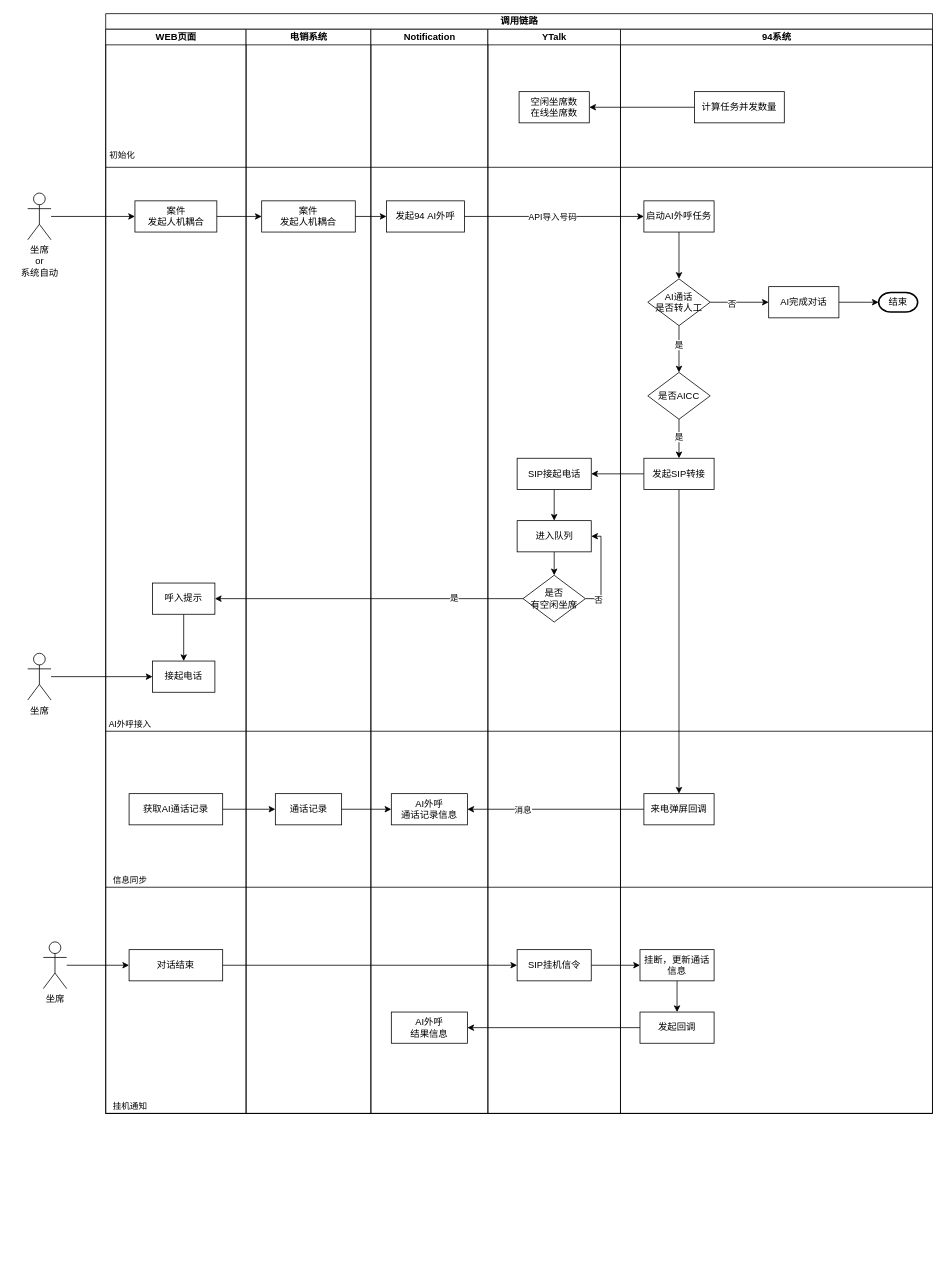
Above: page "调用链路" (2 of 2) of 人机耦合设计.drawio in ABIN-DS/flowchart (draw.io), before the change. Source tidied: cells renumbered, new cells numbered last; positions are measured from the earlier drawing's top-left corner, leaving out a move shared by most shapes. Both pictures are drawn from the tidied source at 78%, with x=0, y=0 at pixel (27, 13).
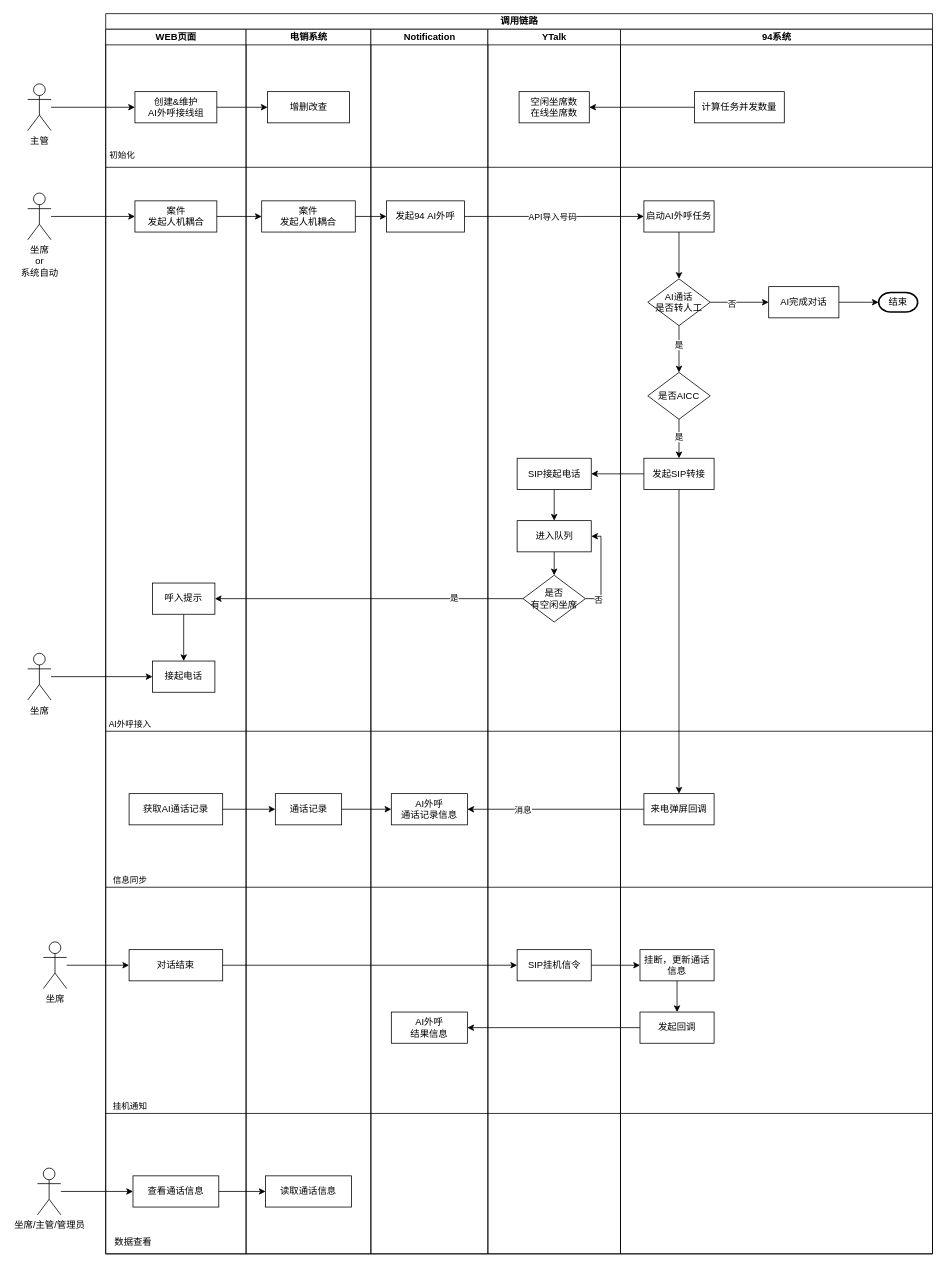
After the change.

Commit message:
更新人机耦合设计.drawio

Diff of the diagram source:
```diff
@@
     <mxCell id="2" value="调用链路" style="swimlane;startSize=20;html=1;" parent="1" vertex="1">
-      <mxGeometry x="100" width="1060" height="1410" as="geometry" />
+      <mxGeometry x="100" width="1060" height="1590" as="geometry" />
     </mxCell>
     <mxCell id="3" value="WEB页面" style="swimlane;startSize=20;html=1;fontSize=12;" parent="2" vertex="1">
-      <mxGeometry y="20" width="180" height="1390" as="geometry" />
+      <mxGeometry y="20" width="180" height="1570" as="geometry" />
     </mxCell>
@@
+    <mxCell id="77" value="创建&amp;amp;维护&lt;br style=&quot;border-color: var(--border-color);&quot;&gt;AI外呼接线组" style="rounded=0;whiteSpace=wrap;html=1;" parent="3" vertex="1">
+      <mxGeometry x="37.5" y="80" width="105" height="40" as="geometry" />
+    </mxCell>
+    <mxCell id="78" value="查看通话信息" style="rounded=0;whiteSpace=wrap;html=1;" parent="3" vertex="1">
+      <mxGeometry x="35" y="1470" width="110" height="40" as="geometry" />
+    </mxCell>
+    <mxCell id="79" value="数据查看" style="text;html=1;align=center;verticalAlign=middle;strokeColor=none;fillColor=none;" parent="3" vertex="1">
+      <mxGeometry y="1540" width="70" height="30" as="geometry" />
+    </mxCell>
     <mxCell id="14" value="电销系统" style="swimlane;startSize=20;html=1;fontSize=12;" parent="2" vertex="1">
-      <mxGeometry x="180" y="20" width="160" height="1390" as="geometry" />
+      <mxGeometry x="180" y="20" width="160" height="1570" as="geometry" />
     </mxCell>
@@
+    <mxCell id="80" value="增删改查" style="rounded=0;whiteSpace=wrap;html=1;" parent="14" vertex="1">
+      <mxGeometry x="27.5" y="80" width="105" height="40" as="geometry" />
+    </mxCell>
+    <mxCell id="81" value="读取通话信息" style="rounded=0;whiteSpace=wrap;html=1;" parent="14" vertex="1">
+      <mxGeometry x="25" y="1470" width="110" height="40" as="geometry" />
+    </mxCell>
+    <mxCell id="82" style="edgeStyle=orthogonalEdgeStyle;rounded=0;jettySize=auto;html=1;entryX=0;entryY=0.5;entryDx=0;entryDy=0;" parent="2" edge="1" source="77" target="80">
+      <mxGeometry relative="1" as="geometry" />
+    </mxCell>
     <mxCell id="17" value="Notification" style="swimlane;startSize=20;html=1;fontSize=12;" parent="2" vertex="1">
-      <mxGeometry x="340" y="20" width="150" height="1390" as="geometry" />
+      <mxGeometry x="340" y="20" width="150" height="1570" as="geometry" />
     </mxCell>
@@
     <mxCell id="25" value="YTalk" style="swimlane;startSize=20;html=1;fontSize=12;" parent="2" vertex="1">
-      <mxGeometry x="490" y="20" width="170" height="1390" as="geometry" />
+      <mxGeometry x="490" y="20" width="170" height="1570" as="geometry" />
     </mxCell>
@@
     <mxCell id="45" value="94系统" style="swimlane;startSize=20;html=1;fontSize=12;" parent="2" vertex="1">
-      <mxGeometry x="660" y="20" width="400" height="1390" as="geometry" />
+      <mxGeometry x="660" y="20" width="400" height="1570" as="geometry" />
     </mxCell>
@@
+    <mxCell id="83" style="edgeStyle=orthogonalEdgeStyle;rounded=0;jettySize=auto;html=1;entryX=0;entryY=0.5;entryDx=0;entryDy=0;" parent="2" edge="1" source="78" target="81">
+      <mxGeometry relative="1" as="geometry" />
+    </mxCell>
@@
+    <mxCell id="84" style="edgeStyle=orthogonalEdgeStyle;rounded=0;jettySize=auto;html=1;entryX=0;entryY=0.5;entryDx=0;entryDy=0;" parent="1" edge="1" source="85" target="77">
+      <mxGeometry relative="1" as="geometry" />
+    </mxCell>
+    <mxCell id="85" value="主管" style="shape=umlActor;verticalLabelPosition=bottom;verticalAlign=top;html=1;outlineConnect=0;" parent="1" vertex="1">
+      <mxGeometry y="90" width="30" height="60" as="geometry" />
+    </mxCell>
+    <mxCell id="86" value="坐席/主管/管理员" style="shape=umlActor;verticalLabelPosition=bottom;verticalAlign=top;html=1;outlineConnect=0;" parent="1" vertex="1">
+      <mxGeometry x="12.5" y="1480" width="30" height="60" as="geometry" />
+    </mxCell>
+    <mxCell id="87" style="edgeStyle=orthogonalEdgeStyle;rounded=0;jettySize=auto;html=1;entryX=0;entryY=0.5;entryDx=0;entryDy=0;" parent="1" edge="1" source="86" target="78">
+      <mxGeometry relative="1" as="geometry" />
+    </mxCell>
```
